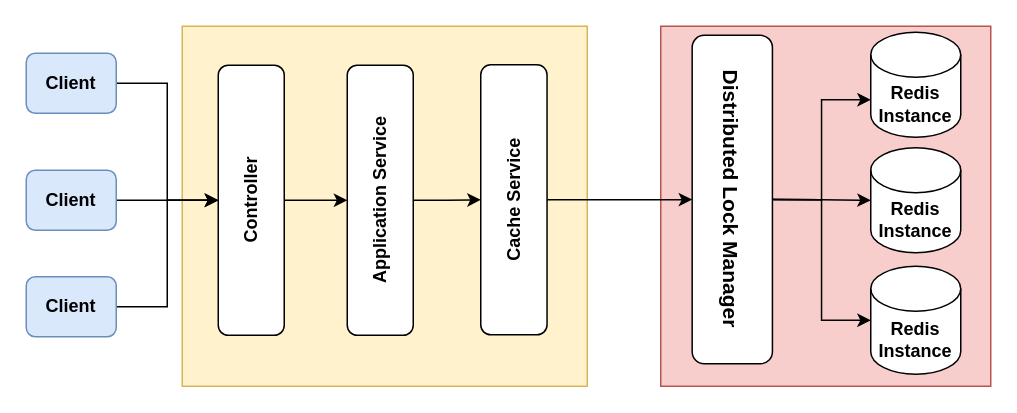
Earlier version of the draw.io diagram Untitled Diagram.drawio (MattGhafouri/RedisDistributedLockManager). Source tidied: cells renumbered, new cells numbered last; positions are measured from the earlier drawing's top-left corner, leaving out a move shared by most shapes. Both pictures are drawn from the tidied source at 150%, with x=0, y=0 at pixel (26, 26).
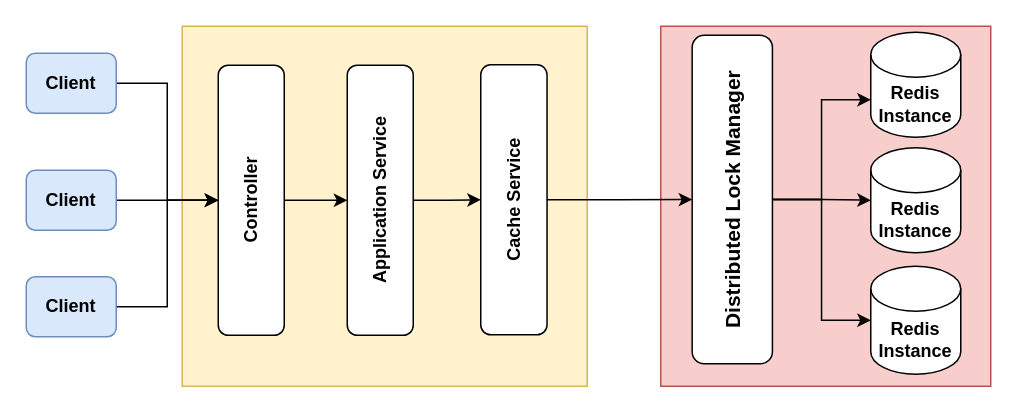
The same diagram, later.

What changed in the source:
```diff
@@
-    <mxCell id="14" value="Distributed Lock Manager" style="rounded=1;whiteSpace=wrap;html=1;fontStyle=1;rotation=90;fontSize=14;" parent="1" vertex="1">
+    <mxCell id="14" value="Distributed Lock Manager" style="rounded=1;whiteSpace=wrap;html=1;fontStyle=1;rotation=-90;fontSize=14;" parent="1" vertex="1">
       <mxGeometry x="361.2" y="88.8" width="219" height="53.5" as="geometry" />
     </mxCell>
```
